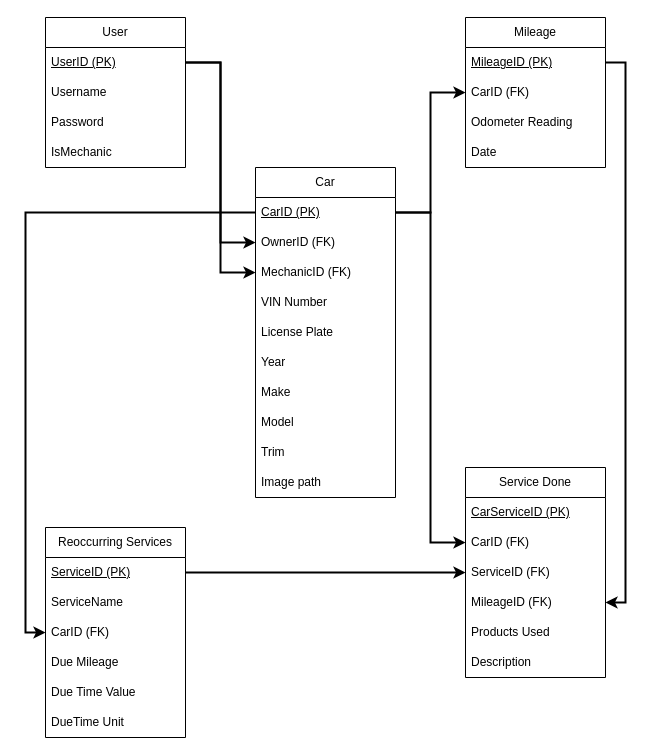
The draw.io diagram EDR/ERD.drawio in Danny-Erikson/MileageMate, before the edit. Source tidied: cells renumbered, new cells numbered last; positions are measured from the earlier drawing's top-left corner, leaving out a move shared by most shapes. Both pictures are drawn from the tidied source at 100%, with x=0, y=0 at pixel (45, 17).
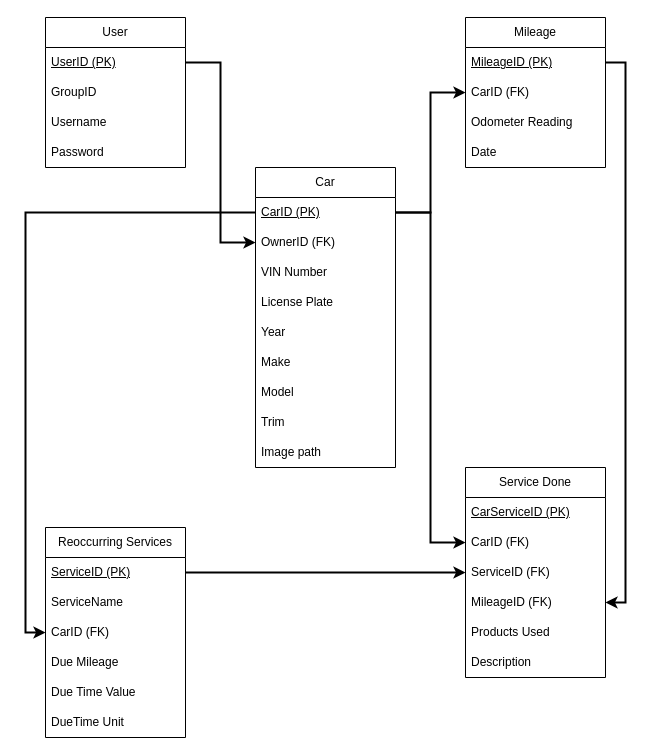
Above is the later version.

Commit message (it also covers changes not shown here):
Update ERD/Schema

Updated Schema with new groupID and made Fixes to  the code

The change refers to these unchanged cells:
```xml
<mxCell id="2" value="User" style="swimlane;fontStyle=0;horizontal=1;startSize=30;whiteSpace=wrap;html=1;" parent="1" vertex="1">
  <mxGeometry width="140" height="150" as="geometry" />
</mxCell>
<mxCell id="3" value="&lt;u&gt;UserID (PK)&lt;/u&gt;" style="text;strokeColor=none;fillColor=none;align=left;verticalAlign=middle;spacingLeft=4;spacingRight=4;overflow=hidden;points=[[0,0.5],[1,0.5]];portConstraint=eastwest;whiteSpace=wrap;html=1;" parent="2" vertex="1">
  <mxGeometry y="30" width="140" height="30" as="geometry" />
</mxCell>
```

Diff of the diagram source:
```diff
@@
+    <mxCell id="44" value="GroupID" style="text;strokeColor=none;fillColor=none;align=left;verticalAlign=middle;spacingLeft=4;spacingRight=4;overflow=hidden;whiteSpace=wrap;html=1;" parent="2" vertex="1">
+      <mxGeometry y="60" width="140" height="30" as="geometry" />
+    </mxCell>
     <mxCell id="4" value="Username" style="text;strokeColor=none;fillColor=none;align=left;verticalAlign=middle;spacingLeft=4;spacingRight=4;overflow=hidden;whiteSpace=wrap;html=1;" parent="2" vertex="1">
-      <mxGeometry y="60" width="140" height="30" as="geometry" />
+      <mxGeometry y="90" width="140" height="30" as="geometry" />
     </mxCell>
     <mxCell id="5" value="Password" style="text;strokeColor=none;fillColor=none;align=left;verticalAlign=middle;spacingLeft=4;spacingRight=4;overflow=hidden;whiteSpace=wrap;html=1;" parent="2" vertex="1">
-      <mxGeometry y="90" width="140" height="30" as="geometry" />
+      <mxGeometry y="120" width="140" height="30" as="geometry" />
     </mxCell>
-    <mxCell id="6" value="IsMechanic" style="text;strokeColor=none;fillColor=none;align=left;verticalAlign=middle;spacingLeft=4;spacingRight=4;overflow=hidden;whiteSpace=wrap;html=1;" parent="2" vertex="1">
-      <mxGeometry y="120" width="140" height="30" as="geometry" />
-    </mxCell>
     <mxCell id="7" value="Car" style="swimlane;fontStyle=0;horizontal=1;startSize=30;whiteSpace=wrap;html=1;" parent="1" vertex="1">
-      <mxGeometry x="210" y="150" width="140" height="330" as="geometry" />
+      <mxGeometry x="210" y="150" width="140" height="300" as="geometry" />
     </mxCell>
@@
-    <mxCell id="10" value="MechanicID (FK)" style="text;strokeColor=none;fillColor=none;align=left;verticalAlign=middle;spacingLeft=4;spacingRight=4;overflow=hidden;points=[[0,0.5],[1,0.5]];portConstraint=eastwest;whiteSpace=wrap;html=1;" parent="7" vertex="1">
-      <mxGeometry y="90" width="140" height="30" as="geometry" />
-    </mxCell>
     <mxCell id="11" value="VIN Number" style="text;strokeColor=none;fillColor=none;align=left;verticalAlign=middle;spacingLeft=4;spacingRight=4;overflow=hidden;whiteSpace=wrap;html=1;" parent="7" vertex="1">
-      <mxGeometry y="120" width="140" height="30" as="geometry" />
+      <mxGeometry y="90" width="140" height="30" as="geometry" />
     </mxCell>
     <mxCell id="12" value="License Plate" style="text;strokeColor=none;fillColor=none;align=left;verticalAlign=middle;spacingLeft=4;spacingRight=4;overflow=hidden;whiteSpace=wrap;html=1;" parent="7" vertex="1">
-      <mxGeometry y="150" width="140" height="30" as="geometry" />
+      <mxGeometry y="120" width="140" height="30" as="geometry" />
     </mxCell>
     <mxCell id="13" value="Year" style="text;strokeColor=none;fillColor=none;align=left;verticalAlign=middle;spacingLeft=4;spacingRight=4;overflow=hidden;whiteSpace=wrap;html=1;" parent="7" vertex="1">
-      <mxGeometry y="180" width="140" height="30" as="geometry" />
+      <mxGeometry y="150" width="140" height="30" as="geometry" />
     </mxCell>
     <mxCell id="14" value="Make" style="text;strokeColor=none;fillColor=none;align=left;verticalAlign=middle;spacingLeft=4;spacingRight=4;overflow=hidden;whiteSpace=wrap;html=1;" parent="7" vertex="1">
-      <mxGeometry y="210" width="140" height="30" as="geometry" />
+      <mxGeometry y="180" width="140" height="30" as="geometry" />
     </mxCell>
     <mxCell id="15" value="Model" style="text;strokeColor=none;fillColor=none;align=left;verticalAlign=middle;spacingLeft=4;spacingRight=4;overflow=hidden;whiteSpace=wrap;html=1;" parent="7" vertex="1">
-      <mxGeometry y="240" width="140" height="30" as="geometry" />
+      <mxGeometry y="210" width="140" height="30" as="geometry" />
     </mxCell>
     <mxCell id="16" value="Trim" style="text;strokeColor=none;fillColor=none;align=left;verticalAlign=middle;spacingLeft=4;spacingRight=4;overflow=hidden;whiteSpace=wrap;html=1;" parent="7" vertex="1">
-      <mxGeometry y="270" width="140" height="30" as="geometry" />
+      <mxGeometry y="240" width="140" height="30" as="geometry" />
     </mxCell>
     <mxCell id="17" value="Image path" style="text;strokeColor=none;fillColor=none;align=left;verticalAlign=middle;spacingLeft=4;spacingRight=4;overflow=hidden;whiteSpace=wrap;html=1;" parent="7" vertex="1">
-      <mxGeometry y="300" width="140" height="30" as="geometry" />
+      <mxGeometry y="270" width="140" height="30" as="geometry" />
     </mxCell>
@@
-    <mxCell id="42" style="edgeStyle=orthogonalEdgeStyle;rounded=0;jettySize=auto;html=1;exitX=1;exitY=0.5;exitDx=0;exitDy=0;entryX=0;entryY=0.5;entryDx=0;entryDy=0;strokeWidth=2;" parent="1" edge="1" source="3" target="10">
-      <mxGeometry relative="1" as="geometry" />
-    </mxCell>
```
